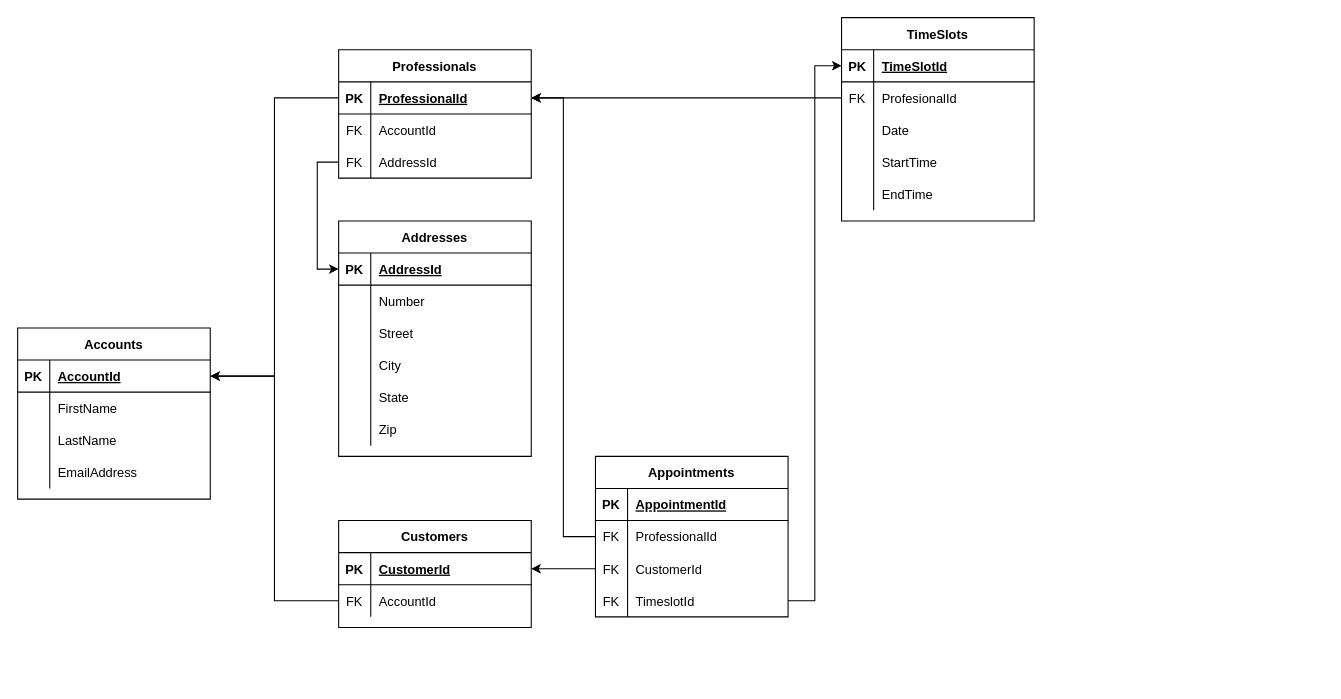
Above: Database.drawio in jeremiahbrandt/Appointment-Scheduler-UML (draw.io), before the change. Source tidied: cells renumbered, new cells numbered last; positions are measured from the earlier drawing's top-left corner, leaving out a move shared by most shapes. Both pictures are drawn from the tidied source at 107%, with x=0, y=0 at pixel (17, 17).
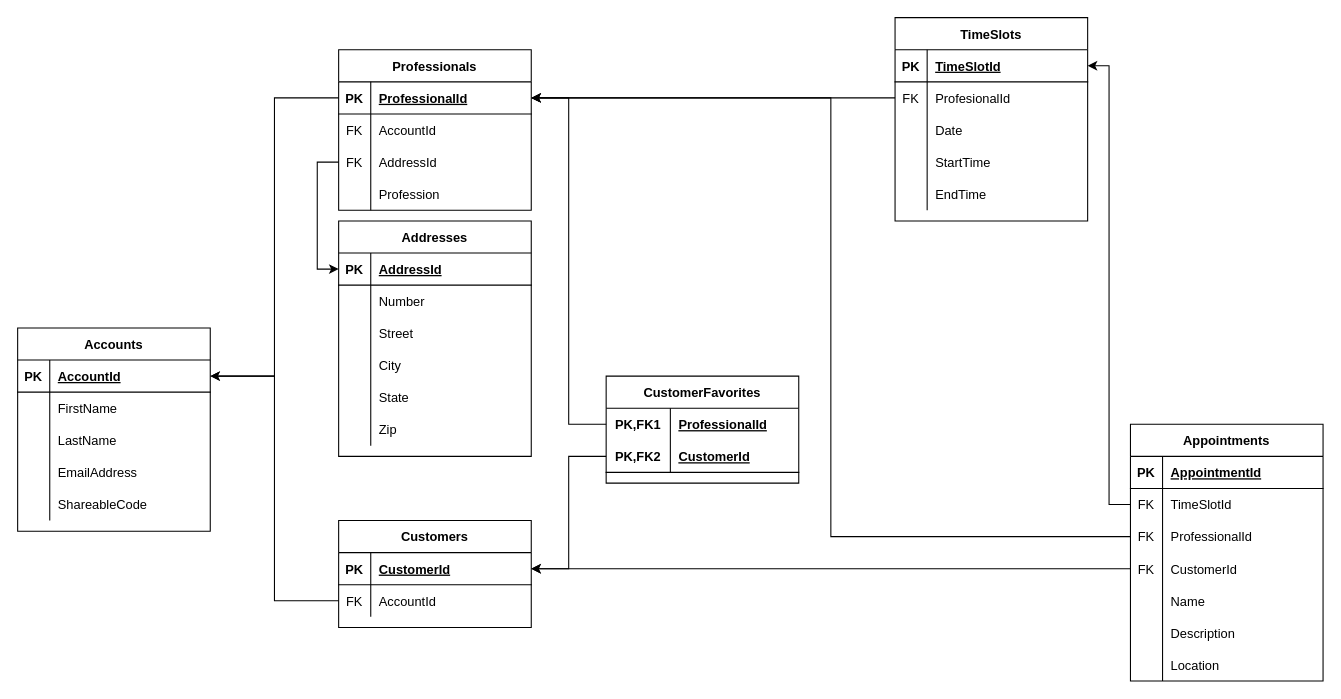
Above is the later version.

The change refers to these unchanged cells:
```xml
<mxCell id="30" style="shape=partialRectangle;fillColor=none;top=0;left=0;bottom=1;right=0;points=[[0,0.5],[1,0.5]];portConstraint=eastwest;" parent="29" vertex="1">
  <mxGeometry y="30" width="180" height="30" as="geometry" />
</mxCell>
<mxCell id="38" style="shape=partialRectangle;fillColor=none;top=0;left=0;bottom=1;right=0;points=[[0,0.5],[1,0.5]];portConstraint=eastwest;" parent="37" vertex="1">
  <mxGeometry y="30" width="180" height="30" as="geometry" />
</mxCell>
```

Diff of the diagram source:
```diff
@@
     <mxCell id="2" value="Appointments" style="shape=table;startSize=30;childLayout=tableLayout;rowLines=0;fontStyle=1;align=center;" parent="1" vertex="1">
-      <mxGeometry x="540" y="410" width="180" height="150" as="geometry" />
+      <mxGeometry x="1040" y="380" width="180" height="240" as="geometry" />
     </mxCell>
@@
+    <mxCell id="12" style="shape=partialRectangle;fillColor=none;top=0;left=0;bottom=0;right=0;points=[[0,0.5],[1,0.5]];portConstraint=eastwest;" parent="2" vertex="1">
+      <mxGeometry y="60" width="180" height="30" as="geometry" />
+    </mxCell>
+    <mxCell id="13" value="FK" style="shape=partialRectangle;fillColor=none;top=0;left=0;bottom=0;right=0;fontStyle=0;overflow=hidden;" parent="12" vertex="1">
+      <mxGeometry width="30" height="30" as="geometry" />
+    </mxCell>
+    <mxCell id="14" value="TimeSlotId" style="shape=partialRectangle;fillColor=none;top=0;left=0;bottom=0;right=0;align=left;spacingLeft=6;fontStyle=0;overflow=hidden;" parent="12" vertex="1">
+      <mxGeometry x="30" width="150" height="30" as="geometry" />
+    </mxCell>
     <mxCell id="6" style="shape=partialRectangle;fillColor=none;top=0;left=0;bottom=0;right=0;points=[[0,0.5],[1,0.5]];portConstraint=eastwest;" parent="2" vertex="1">
-      <mxGeometry y="60" width="180" height="30" as="geometry" />
+      <mxGeometry y="90" width="180" height="30" as="geometry" />
     </mxCell>
@@
     <mxCell id="9" style="shape=partialRectangle;fillColor=none;top=0;left=0;bottom=0;right=0;points=[[0,0.5],[1,0.5]];portConstraint=eastwest;" parent="2" vertex="1">
-      <mxGeometry y="90" width="180" height="30" as="geometry" />
+      <mxGeometry y="120" width="180" height="30" as="geometry" />
     </mxCell>
@@
-    <mxCell id="12" style="shape=partialRectangle;fillColor=none;top=0;left=0;bottom=0;right=0;points=[[0,0.5],[1,0.5]];portConstraint=eastwest;" parent="2" vertex="1">
-      <mxGeometry y="120" width="180" height="30" as="geometry" />
-    </mxCell>
-    <mxCell id="13" value="FK" style="shape=partialRectangle;fillColor=none;top=0;left=0;bottom=0;right=0;fontStyle=0;overflow=hidden;" parent="12" vertex="1">
-      <mxGeometry width="30" height="30" as="geometry" />
-    </mxCell>
-    <mxCell id="14" value="TimeslotId" style="shape=partialRectangle;fillColor=none;top=0;left=0;bottom=0;right=0;align=left;spacingLeft=6;fontStyle=0;overflow=hidden;" parent="12" vertex="1">
-      <mxGeometry x="30" width="150" height="30" as="geometry" />
-    </mxCell>
+    <mxCell id="87" style="shape=partialRectangle;fillColor=none;top=0;left=0;bottom=0;right=0;" parent="2" vertex="1">
+      <mxGeometry y="150" width="180" height="30" as="geometry" />
+    </mxCell>
+    <mxCell id="88" style="shape=partialRectangle;fillColor=none;top=0;left=0;bottom=0;right=0;overflow=hidden;" parent="87" vertex="1">
+      <mxGeometry width="30" height="30" as="geometry" />
+    </mxCell>
+    <mxCell id="89" value="Name" style="shape=partialRectangle;fillColor=none;top=0;left=0;bottom=0;right=0;align=left;spacingLeft=6;overflow=hidden;" parent="87" vertex="1">
+      <mxGeometry x="30" width="150" height="30" as="geometry" />
+    </mxCell>
+    <mxCell id="90" style="shape=partialRectangle;fillColor=none;top=0;left=0;bottom=0;right=0;" parent="2" vertex="1">
+      <mxGeometry y="180" width="180" height="30" as="geometry" />
+    </mxCell>
+    <mxCell id="91" style="shape=partialRectangle;fillColor=none;top=0;left=0;bottom=0;right=0;overflow=hidden;" parent="90" vertex="1">
+      <mxGeometry width="30" height="30" as="geometry" />
+    </mxCell>
+    <mxCell id="92" value="Description" style="shape=partialRectangle;fillColor=none;top=0;left=0;bottom=0;right=0;align=left;spacingLeft=6;overflow=hidden;" parent="90" vertex="1">
+      <mxGeometry x="30" width="150" height="30" as="geometry" />
+    </mxCell>
+    <mxCell id="93" style="shape=partialRectangle;fillColor=none;top=0;left=0;bottom=0;right=0;" parent="2" vertex="1">
+      <mxGeometry y="210" width="180" height="30" as="geometry" />
+    </mxCell>
+    <mxCell id="94" style="shape=partialRectangle;fillColor=none;top=0;left=0;bottom=0;right=0;overflow=hidden;" parent="93" vertex="1">
+      <mxGeometry width="30" height="30" as="geometry" />
+    </mxCell>
+    <mxCell id="95" value="Location" style="shape=partialRectangle;fillColor=none;top=0;left=0;bottom=0;right=0;align=left;spacingLeft=6;overflow=hidden;" parent="93" vertex="1">
+      <mxGeometry x="30" width="150" height="30" as="geometry" />
+    </mxCell>
     <mxCell id="15" value="Accounts" style="shape=table;startSize=30;childLayout=tableLayout;rowLines=0;fontStyle=1;align=center;" parent="1" vertex="1">
-      <mxGeometry y="290" width="180" height="160" as="geometry" />
+      <mxGeometry y="290" width="180" height="190" as="geometry" />
     </mxCell>
@@
+    <mxCell id="96" style="shape=partialRectangle;fillColor=none;top=0;left=0;bottom=0;right=0;" parent="15" vertex="1">
+      <mxGeometry y="150" width="180" height="30" as="geometry" />
+    </mxCell>
+    <mxCell id="97" style="shape=partialRectangle;fillColor=none;top=0;left=0;bottom=0;right=0;overflow=hidden;" parent="96" vertex="1">
+      <mxGeometry width="30" height="30" as="geometry" />
+    </mxCell>
+    <mxCell id="98" value="ShareableCode" style="shape=partialRectangle;fillColor=none;top=0;left=0;bottom=0;right=0;align=left;spacingLeft=6;overflow=hidden;" parent="96" vertex="1">
+      <mxGeometry x="30" width="150" height="30" as="geometry" />
+    </mxCell>
@@
     <mxCell id="37" value="Professionals" style="shape=table;startSize=30;childLayout=tableLayout;rowLines=0;fontStyle=1;align=center;" parent="1" vertex="1">
-      <mxGeometry x="300" y="30" width="180" height="120" as="geometry" />
+      <mxGeometry x="300" y="30" width="180" height="150" as="geometry" />
     </mxCell>
@@
+    <mxCell id="99" style="shape=partialRectangle;fillColor=none;top=0;left=0;bottom=0;right=0;" parent="37" vertex="1">
+      <mxGeometry y="120" width="180" height="30" as="geometry" />
+    </mxCell>
+    <mxCell id="100" style="shape=partialRectangle;fillColor=none;top=0;left=0;bottom=0;right=0;overflow=hidden;" parent="99" vertex="1">
+      <mxGeometry width="30" height="30" as="geometry" />
+    </mxCell>
+    <mxCell id="101" value="Profession" style="shape=partialRectangle;fillColor=none;top=0;left=0;bottom=0;right=0;align=left;spacingLeft=6;overflow=hidden;" parent="99" vertex="1">
+      <mxGeometry x="30" width="150" height="30" as="geometry" />
+    </mxCell>
@@
     <mxCell id="49" value="TimeSlots" style="shape=table;startSize=30;childLayout=tableLayout;rowLines=0;fontStyle=1;align=center;" parent="1" vertex="1">
-      <mxGeometry x="770" width="180" height="190" as="geometry" />
+      <mxGeometry x="820" width="180" height="190" as="geometry" />
     </mxCell>
@@
+    <mxCell id="102" value="CustomerFavorites" style="shape=table;startSize=30;childLayout=tableLayout;rowLines=0;fontStyle=1;align=center;" parent="1" vertex="1">
+      <mxGeometry x="550" y="335" width="180" height="100" as="geometry" />
+    </mxCell>
+    <mxCell id="103" style="shape=partialRectangle;fillColor=none;top=0;left=0;bottom=0;right=0;points=[[0,0.5],[1,0.5]];portConstraint=eastwest;" parent="102" vertex="1">
+      <mxGeometry y="30" width="180" height="30" as="geometry" />
+    </mxCell>
+    <mxCell id="104" value="PK,FK1" style="shape=partialRectangle;fillColor=none;top=0;left=0;bottom=0;right=0;fontStyle=1;overflow=hidden;" parent="103" vertex="1">
+      <mxGeometry width="60" height="30" as="geometry" />
+    </mxCell>
+    <mxCell id="105" value="ProfessionalId" style="shape=partialRectangle;fillColor=none;top=0;left=0;bottom=0;right=0;align=left;spacingLeft=6;fontStyle=5;overflow=hidden;" parent="103" vertex="1">
+      <mxGeometry x="60" width="120" height="30" as="geometry" />
+    </mxCell>
+    <mxCell id="106" style="shape=partialRectangle;fillColor=none;top=0;left=0;bottom=1;right=0;points=[[0,0.5],[1,0.5]];portConstraint=eastwest;" parent="102" vertex="1">
+      <mxGeometry y="60" width="180" height="30" as="geometry" />
+    </mxCell>
+    <mxCell id="107" value="PK,FK2" style="shape=partialRectangle;fillColor=none;top=0;left=0;bottom=0;right=0;fontStyle=1;overflow=hidden;" parent="106" vertex="1">
+      <mxGeometry width="60" height="30" as="geometry" />
+    </mxCell>
+    <mxCell id="108" value="CustomerId" style="shape=partialRectangle;fillColor=none;top=0;left=0;bottom=0;right=0;align=left;spacingLeft=6;fontStyle=5;overflow=hidden;" parent="106" vertex="1">
+      <mxGeometry x="60" width="120" height="30" as="geometry" />
+    </mxCell>
+    <mxCell id="109" style="edgeStyle=orthogonalEdgeStyle;rounded=0;jettySize=auto;html=1;" parent="1" edge="1" source="106" target="30">
+      <mxGeometry relative="1" as="geometry" />
+    </mxCell>
+    <mxCell id="110" style="edgeStyle=orthogonalEdgeStyle;rounded=0;jettySize=auto;html=1;" parent="1" edge="1" source="103" target="38">
+      <mxGeometry relative="1" as="geometry" />
+    </mxCell>
```
